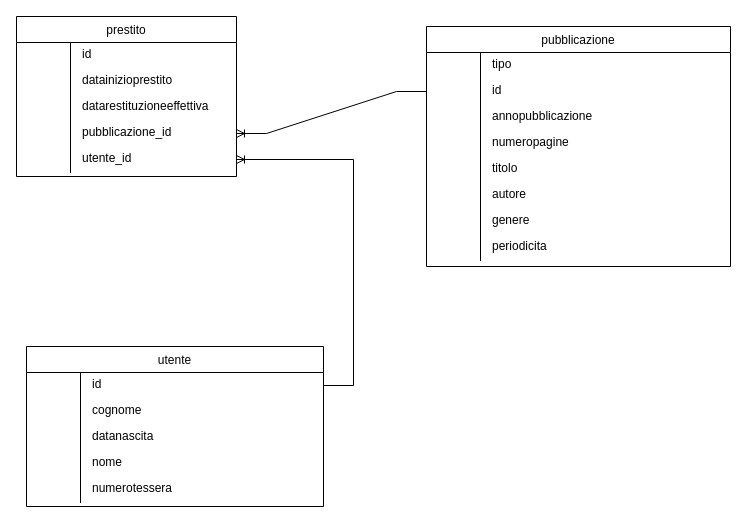
12kpro/BE-U1-W3-D5 keeps this draw.io diagram as ER.drawio. Above is the earlier version. Source tidied: cells renumbered, new cells numbered last; positions are measured from the earlier drawing's top-left corner, leaving out a move shared by most shapes. Both pictures are drawn from the tidied source at 100%, with x=0, y=0 at pixel (16, 16).
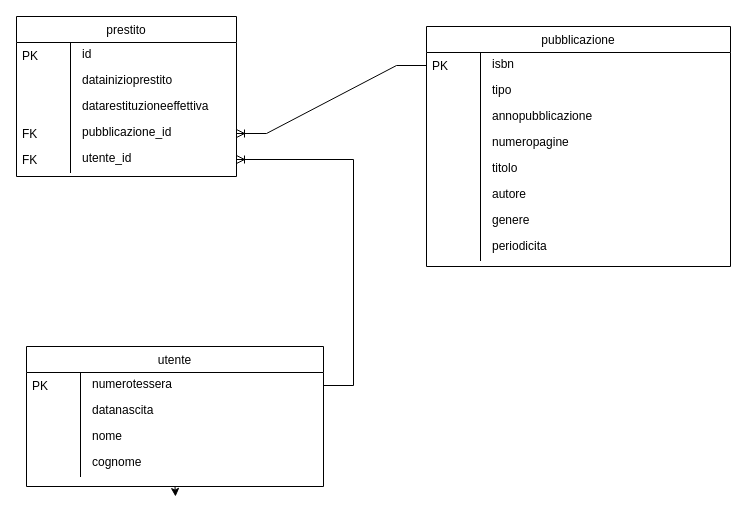
After the change.

The change refers to these unchanged cells:
```xml
<mxCell id="3" value="id" style="shape=partialRectangle;top=0;left=0;right=0;bottom=0;align=left;verticalAlign=top;spacingTop=-2;fillColor=none;spacingLeft=64;spacingRight=4;overflow=hidden;" parent="2" vertex="1">
  <mxGeometry y="26" width="220" height="26" as="geometry" />
</mxCell>
<mxCell id="9" value="pubblicazione_id" style="shape=partialRectangle;top=0;left=0;right=0;bottom=0;align=left;verticalAlign=top;spacingTop=-2;fillColor=none;spacingLeft=64;spacingRight=4;overflow=hidden;points=[[0,0.5],[1,0.5]];portConstraint=eastwest;" parent="2" vertex="1">
  <mxGeometry y="104" width="220" height="26" as="geometry" />
</mxCell>
<mxCell id="11" value="utente_id" style="shape=partialRectangle;top=0;left=0;right=0;bottom=0;align=left;verticalAlign=top;spacingTop=-2;fillColor=none;spacingLeft=64;spacingRight=4;overflow=hidden;points=[[0,0.5],[1,0.5]];portConstraint=eastwest;" parent="2" vertex="1">
  <mxGeometry y="130" width="220" height="26" as="geometry" />
</mxCell>
<mxCell id="13" value="pubblicazione" style="swimlane;fontStyle=0;horizontal=1;startSize=26;fillColor=default;swimlaneFillColor=default;align=center;" parent="1" vertex="1">
  <mxGeometry x="410" y="10" width="304" height="240" as="geometry" />
</mxCell>
```

Change to the diagram source:
```diff
@@
-    <mxCell id="4" style="shape=partialRectangle;top=0;left=0;bottom=0;fillColor=none;align=left;verticalAlign=middle;spacingLeft=4;spacingRight=4;overflow=hidden;" parent="3" vertex="1">
+    <mxCell id="4" value="PK" style="shape=partialRectangle;top=0;left=0;bottom=0;fillColor=none;align=left;verticalAlign=middle;spacingLeft=4;spacingRight=4;overflow=hidden;" parent="3" vertex="1">
       <mxGeometry width="54" height="26" as="geometry" />
     </mxCell>
@@
-    <mxCell id="10" style="shape=partialRectangle;top=0;left=0;bottom=0;fillColor=none;align=left;verticalAlign=middle;spacingLeft=4;spacingRight=4;overflow=hidden;" parent="9" vertex="1">
+    <mxCell id="10" value="FK" style="shape=partialRectangle;top=0;left=0;bottom=0;fillColor=none;align=left;verticalAlign=middle;spacingLeft=4;spacingRight=4;overflow=hidden;" parent="9" vertex="1">
       <mxGeometry width="54" height="26" as="geometry" />
     </mxCell>
@@
-    <mxCell id="12" style="shape=partialRectangle;top=0;left=0;bottom=0;fillColor=none;align=left;verticalAlign=middle;spacingLeft=4;spacingRight=4;overflow=hidden;" parent="11" vertex="1">
+    <mxCell id="12" value="FK" style="shape=partialRectangle;top=0;left=0;bottom=0;fillColor=none;align=left;verticalAlign=middle;spacingLeft=4;spacingRight=4;overflow=hidden;" parent="11" vertex="1">
       <mxGeometry width="54" height="26" as="geometry" />
     </mxCell>
@@
+    <mxCell id="16" value="isbn" style="shape=partialRectangle;top=0;left=0;right=0;bottom=0;align=left;verticalAlign=top;spacingTop=-2;fillColor=none;spacingLeft=64;spacingRight=4;overflow=hidden;points=[[0,0.5],[1,0.5]];portConstraint=eastwest;" parent="13" vertex="1">
+      <mxGeometry y="26" width="304" height="26" as="geometry" />
+    </mxCell>
+    <mxCell id="17" value="PK" style="shape=partialRectangle;top=0;left=0;bottom=0;fillColor=none;align=left;verticalAlign=middle;spacingLeft=4;spacingRight=4;overflow=hidden;" parent="16" vertex="1">
+      <mxGeometry width="54" height="26" as="geometry" />
+    </mxCell>
     <mxCell id="14" value="tipo" style="shape=partialRectangle;top=0;left=0;right=0;bottom=0;align=left;verticalAlign=top;spacingTop=-2;fillColor=none;spacingLeft=64;spacingRight=4;overflow=hidden;" parent="13" vertex="1">
-      <mxGeometry y="26" width="304" height="26" as="geometry" />
+      <mxGeometry y="52" width="304" height="26" as="geometry" />
     </mxCell>
@@
-    <mxCell id="16" value="id" style="shape=partialRectangle;top=0;left=0;right=0;bottom=0;align=left;verticalAlign=top;spacingTop=-2;fillColor=none;spacingLeft=64;spacingRight=4;overflow=hidden;points=[[0,0.5],[1,0.5]];portConstraint=eastwest;" parent="13" vertex="1">
-      <mxGeometry y="52" width="304" height="26" as="geometry" />
-    </mxCell>
-    <mxCell id="17" style="shape=partialRectangle;top=0;left=0;bottom=0;fillColor=none;align=left;verticalAlign=middle;spacingLeft=4;spacingRight=4;overflow=hidden;" parent="16" vertex="1">
-      <mxGeometry width="54" height="26" as="geometry" />
-    </mxCell>
@@
+    <mxCell id="43" style="edgeStyle=orthogonalEdgeStyle;rounded=0;jettySize=auto;html=1;exitX=0.5;exitY=1;exitDx=0;exitDy=0;" parent="1" edge="1" source="30">
+      <mxGeometry relative="1" as="geometry">
+        <mxPoint x="159" y="480" as="targetPoint" />
+      </mxGeometry>
+    </mxCell>
     <mxCell id="30" value="utente" style="swimlane;fontStyle=0;horizontal=1;startSize=26;fillColor=default;swimlaneFillColor=default;align=center;" parent="1" vertex="1">
-      <mxGeometry x="10" y="330" width="297" height="160" as="geometry" />
+      <mxGeometry x="10" y="330" width="297" height="140" as="geometry" />
     </mxCell>
-    <mxCell id="31" value="id" style="shape=partialRectangle;top=0;left=0;right=0;bottom=0;align=left;verticalAlign=top;spacingTop=-2;fillColor=none;spacingLeft=64;spacingRight=4;overflow=hidden;points=[[0,0.5],[1,0.5]];portConstraint=eastwest;" parent="30" vertex="1">
-      <mxGeometry y="26" width="297" height="26" as="geometry" />
-    </mxCell>
-    <mxCell id="32" style="shape=partialRectangle;top=0;left=0;bottom=0;fillColor=none;align=left;verticalAlign=middle;spacingLeft=4;spacingRight=4;overflow=hidden;" parent="31" vertex="1">
-      <mxGeometry width="54" height="26" as="geometry" />
-    </mxCell>
-    <mxCell id="33" value="cognome" style="shape=partialRectangle;top=0;left=0;right=0;bottom=0;align=left;verticalAlign=top;spacingTop=-2;fillColor=none;spacingLeft=64;spacingRight=4;overflow=hidden;" parent="30" vertex="1">
-      <mxGeometry y="52" width="297" height="26" as="geometry" />
-    </mxCell>
-    <mxCell id="34" style="shape=partialRectangle;top=0;left=0;bottom=0;fillColor=none;align=left;verticalAlign=middle;spacingLeft=4;spacingRight=4;overflow=hidden;" parent="33" vertex="1">
-      <mxGeometry width="54" height="26" as="geometry" />
-    </mxCell>
+    <mxCell id="39" value="numerotessera" style="shape=partialRectangle;top=0;left=0;right=0;bottom=0;align=left;verticalAlign=top;spacingTop=-2;fillColor=none;spacingLeft=64;spacingRight=4;overflow=hidden;" parent="30" vertex="1">
+      <mxGeometry y="26" width="297" height="26" as="geometry" />
+    </mxCell>
+    <mxCell id="40" value="PK" style="shape=partialRectangle;top=0;left=0;bottom=0;fillColor=none;align=left;verticalAlign=middle;spacingLeft=4;spacingRight=4;overflow=hidden;" parent="39" vertex="1">
+      <mxGeometry width="54" height="26" as="geometry" />
+    </mxCell>
     <mxCell id="35" value="datanascita" style="shape=partialRectangle;top=0;left=0;right=0;bottom=0;align=left;verticalAlign=top;spacingTop=-2;fillColor=none;spacingLeft=64;spacingRight=4;overflow=hidden;" parent="30" vertex="1">
-      <mxGeometry y="78" width="297" height="26" as="geometry" />
+      <mxGeometry y="52" width="297" height="26" as="geometry" />
     </mxCell>
@@
     <mxCell id="37" value="nome" style="shape=partialRectangle;top=0;left=0;right=0;bottom=0;align=left;verticalAlign=top;spacingTop=-2;fillColor=none;spacingLeft=64;spacingRight=4;overflow=hidden;" parent="30" vertex="1">
-      <mxGeometry y="104" width="297" height="26" as="geometry" />
+      <mxGeometry y="78" width="297" height="26" as="geometry" />
     </mxCell>
@@
-    <mxCell id="39" value="numerotessera" style="shape=partialRectangle;top=0;left=0;right=0;bottom=0;align=left;verticalAlign=top;spacingTop=-2;fillColor=none;spacingLeft=64;spacingRight=4;overflow=hidden;" parent="30" vertex="1">
-      <mxGeometry y="130" width="297" height="26" as="geometry" />
-    </mxCell>
-    <mxCell id="40" style="shape=partialRectangle;top=0;left=0;bottom=0;fillColor=none;align=left;verticalAlign=middle;spacingLeft=4;spacingRight=4;overflow=hidden;" parent="39" vertex="1">
-      <mxGeometry width="54" height="26" as="geometry" />
-    </mxCell>
+    <mxCell id="33" value="cognome" style="shape=partialRectangle;top=0;left=0;right=0;bottom=0;align=left;verticalAlign=top;spacingTop=-2;fillColor=none;spacingLeft=64;spacingRight=4;overflow=hidden;" parent="30" vertex="1">
+      <mxGeometry y="104" width="297" height="26" as="geometry" />
+    </mxCell>
+    <mxCell id="34" style="shape=partialRectangle;top=0;left=0;bottom=0;fillColor=none;align=left;verticalAlign=middle;spacingLeft=4;spacingRight=4;overflow=hidden;" parent="33" vertex="1">
+      <mxGeometry width="54" height="26" as="geometry" />
+    </mxCell>
-    <mxCell id="41" style="edgeStyle=entityRelationEdgeStyle;fontSize=12;html=1;endArrow=ERoneToMany;rounded=0;entryX=1;entryY=0.5;entryDx=0;entryDy=0;" parent="1" edge="1" source="31" target="11">
-      <mxGeometry relative="1" as="geometry" />
+    <mxCell id="41" style="edgeStyle=entityRelationEdgeStyle;fontSize=12;html=1;endArrow=ERoneToMany;rounded=0;entryX=1;entryY=0.5;entryDx=0;entryDy=0;" parent="1" edge="1" target="11">
+      <mxGeometry relative="1" as="geometry">
+        <mxPoint x="307" y="369" as="sourcePoint" />
+      </mxGeometry>
     </mxCell>
```
